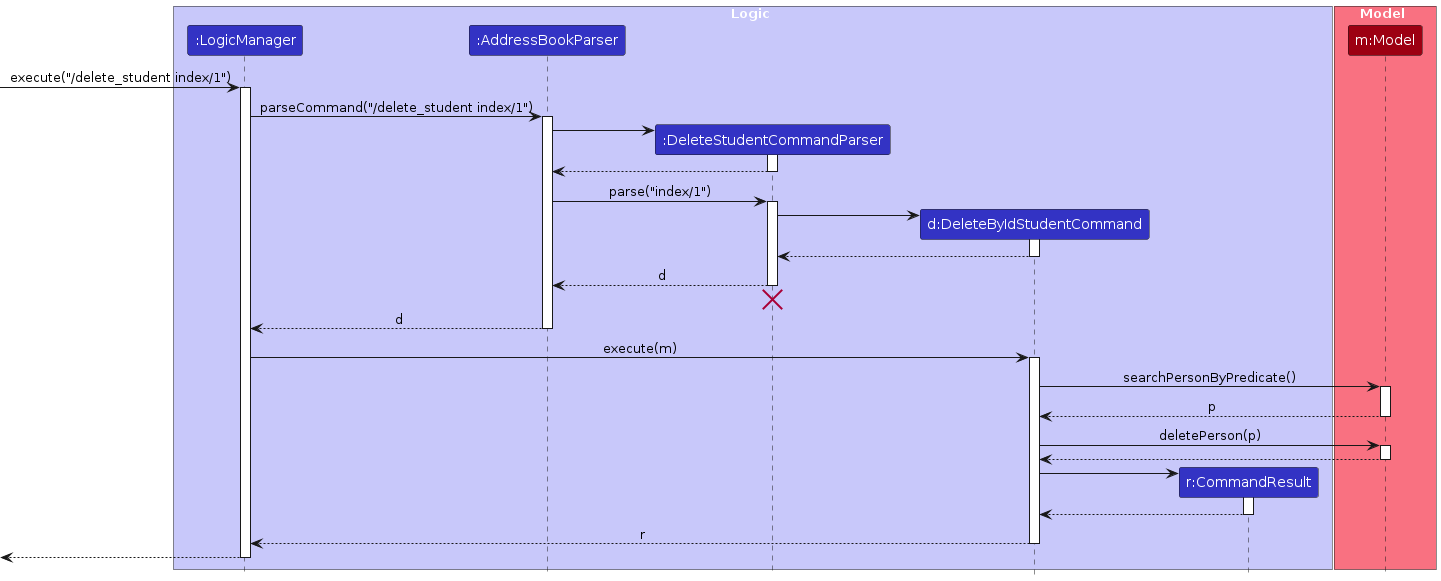
This is diagrams/DeleteSequenceDiagram.png from AY2324S2-CS2103T-T09-4/tp, a PlantUML export, as it was before one commit. Its source is kept beside it as diagrams/DeleteSequenceDiagram.puml.
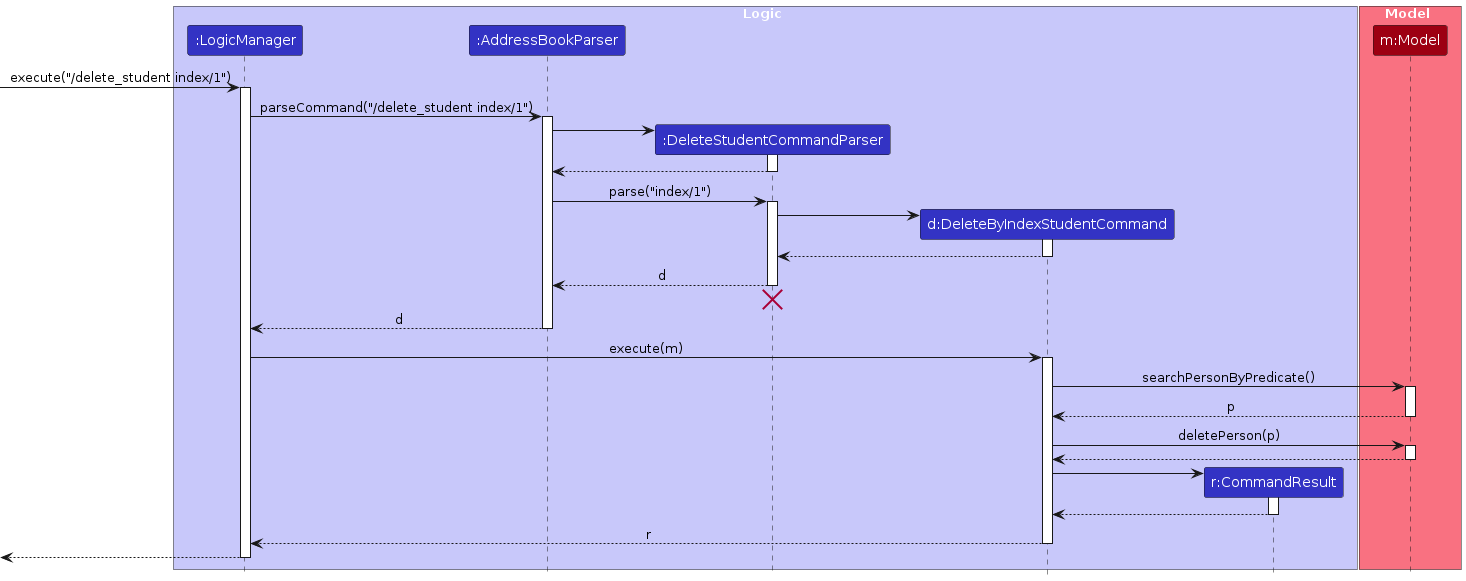
Above is the later version.

What changed in the source:
```diff
@@ -8,7 +8,7 @@
 participant ":LogicManager" as LogicManager LOGIC_COLOR
 participant ":AddressBookParser" as AddressBookParser LOGIC_COLOR
 participant ":DeleteStudentCommandParser" as DeleteStudentCommandParser LOGIC_COLOR
-participant "d:DeleteByIdStudentCommand" as DeleteStudentByIndexCommand LOGIC_COLOR
+participant "d:DeleteByIndexStudentCommand" as DeleteStudentByIndexCommand LOGIC_COLOR
 participant "r:CommandResult" as CommandResult LOGIC_COLOR
 end box
 
```
